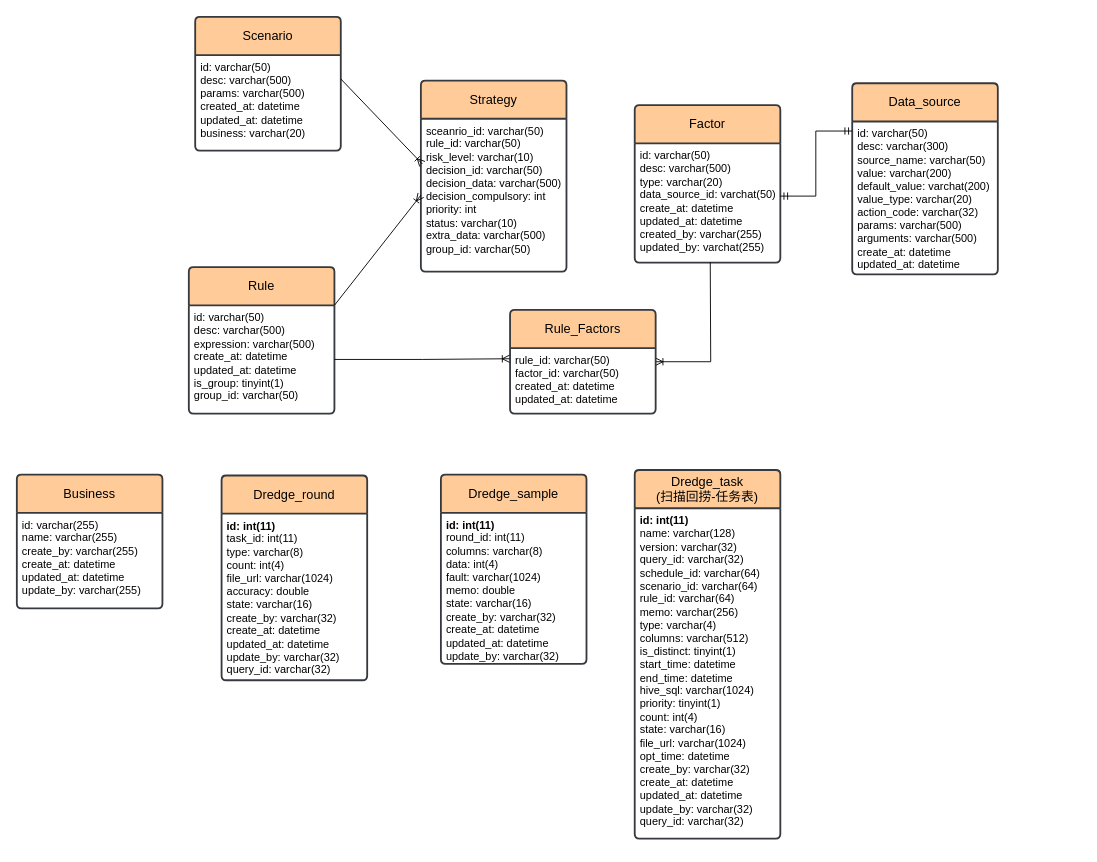
Before: pictures/hammurabi-er1.drawio in Pumpkin9841/pictures, a draw.io diagram. Source tidied: cells renumbered, new cells numbered last; positions are measured from the earlier drawing's top-left corner, leaving out a move shared by most shapes. Both pictures are drawn from the tidied source at 91%, with x=0, y=0 at pixel (16, 16).
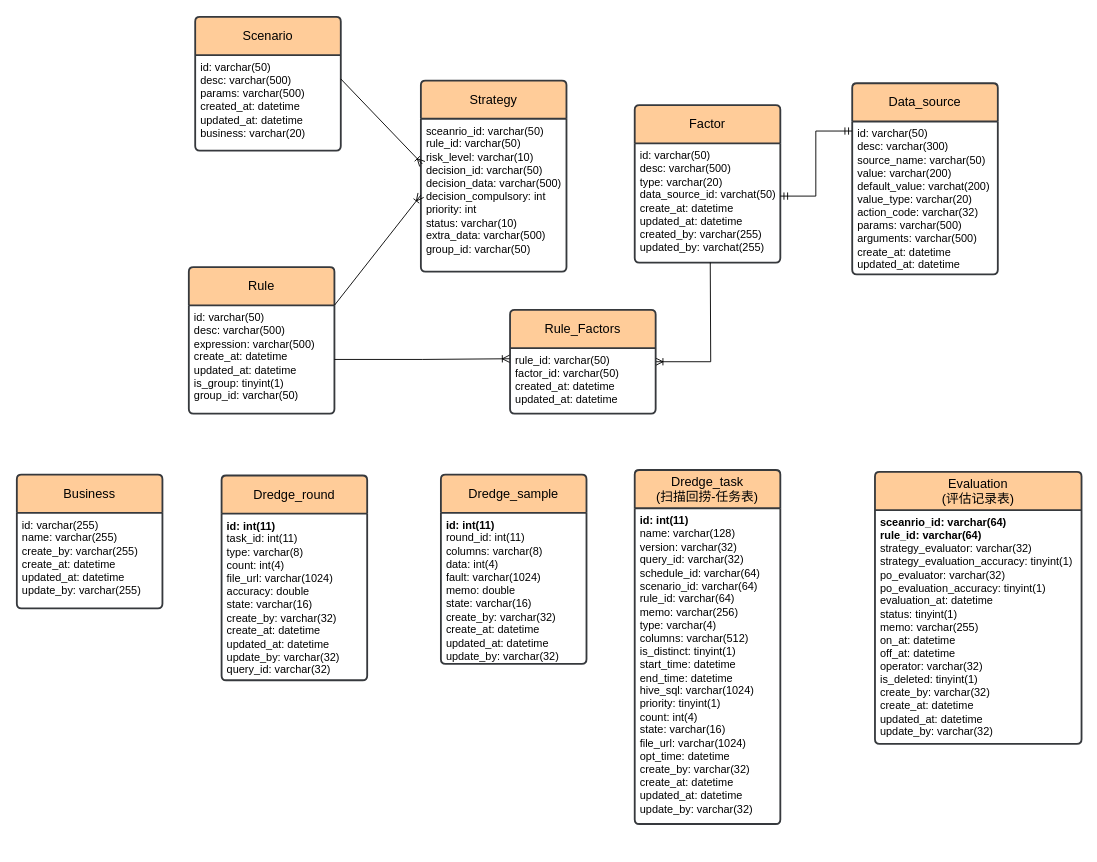
The same diagram, later.

Commit message:
添加evaluation && 修改 Dredge_task

The edit, as a diff of the source:
```diff
@@
     <mxCell id="34" value="Dredge_task&lt;br&gt;(扫描回捞-任务表)" style="swimlane;horizontal=1;startSize=42;rounded=1;fontSize=14;fontStyle=0;strokeWidth=2;shadow=0;dashed=0;align=center;arcSize=4;whiteSpace=wrap;html=1;fillColor=#ffcc99;strokeColor=#36393d;" parent="1" vertex="1">
-      <mxGeometry x="679" y="498" width="160" height="405" as="geometry" />
+      <mxGeometry x="679" y="498" width="160" height="389" as="geometry" />
     </mxCell>
-    <mxCell id="35" value="&lt;b&gt;id: int(11)&lt;br&gt;&lt;/b&gt;name: varchar(128)&lt;br&gt;version: varchar(32)&lt;br&gt;query_id: varchar(32)&lt;br&gt;schedule_id: varchar(64)&lt;br&gt;scenario_id: varchar(64)&lt;br&gt;rule_id: varchar(64)&lt;br&gt;memo: varchar(256)&lt;br&gt;type: varchar(4)&lt;br&gt;columns: varchar(512)&lt;br&gt;is_distinct: tinyint(1)&lt;br&gt;start_time: datetime&lt;br&gt;end_time: datetime&lt;br&gt;hive_sql: varchar(1024)&lt;br&gt;priority: tinyint(1)&lt;br&gt;count: int(4)&lt;br&gt;state: varchar(16)&lt;br&gt;file_url: varchar(1024)&lt;br&gt;opt_time: datetime&lt;br&gt;create_by: varchar(32)&lt;br style=&quot;border-color: var(--border-color);&quot;&gt;create_at: datetime&lt;br style=&quot;border-color: var(--border-color);&quot;&gt;updated_at: datetime&lt;br style=&quot;border-color: var(--border-color);&quot;&gt;update_by: varchar(32)&lt;br&gt;query_id: varchar(32)" style="align=left;strokeColor=none;fillColor=none;spacingLeft=4;fontSize=12;verticalAlign=top;html=1;" parent="34" vertex="1">
-      <mxGeometry y="42" width="160" height="363" as="geometry" />
+    <mxCell id="35" value="&lt;b&gt;id: int(11)&lt;br&gt;&lt;/b&gt;name: varchar(128)&lt;br&gt;version: varchar(32)&lt;br&gt;query_id: varchar(32)&lt;br&gt;schedule_id: varchar(64)&lt;br&gt;scenario_id: varchar(64)&lt;br&gt;rule_id: varchar(64)&lt;br&gt;memo: varchar(256)&lt;br&gt;type: varchar(4)&lt;br&gt;columns: varchar(512)&lt;br&gt;is_distinct: tinyint(1)&lt;br&gt;start_time: datetime&lt;br&gt;end_time: datetime&lt;br&gt;hive_sql: varchar(1024)&lt;br&gt;priority: tinyint(1)&lt;br&gt;count: int(4)&lt;br&gt;state: varchar(16)&lt;br&gt;file_url: varchar(1024)&lt;br&gt;opt_time: datetime&lt;br&gt;create_by: varchar(32)&lt;br style=&quot;border-color: var(--border-color);&quot;&gt;create_at: datetime&lt;br style=&quot;border-color: var(--border-color);&quot;&gt;updated_at: datetime&lt;br style=&quot;border-color: var(--border-color);&quot;&gt;update_by: varchar(32)" style="align=left;strokeColor=none;fillColor=none;spacingLeft=4;fontSize=12;verticalAlign=top;html=1;" parent="34" vertex="1">
+      <mxGeometry y="42" width="160" height="347" as="geometry" />
     </mxCell>
@@
+    <mxCell id="37" value="Evaluation&lt;br&gt;(评估记录表)" style="swimlane;horizontal=1;startSize=42;rounded=1;fontSize=14;fontStyle=0;strokeWidth=2;shadow=0;dashed=0;align=center;arcSize=4;whiteSpace=wrap;html=1;fillColor=#ffcc99;strokeColor=#36393d;" parent="1" vertex="1">
+      <mxGeometry x="943" y="500" width="227" height="299" as="geometry" />
+    </mxCell>
+    <mxCell id="38" value="&lt;b&gt;sceanrio_id: varchar(64)&lt;br&gt;rule_id: varchar(64)&lt;br&gt;&lt;/b&gt;strategy_evaluator: varchar(32)&lt;br&gt;strategy_evaluation_accuracy: tinyint(1)&lt;br&gt;po_evaluator: varchar(32)&lt;br&gt;po_evaluation_accuracy: tinyint(1)&lt;br&gt;evaluation_at: datetime&lt;br&gt;status: tinyint(1)&lt;br&gt;memo: varchar(255)&lt;br&gt;on_at: datetime&lt;br&gt;off_at: datetime&lt;br&gt;operator: varchar(32)&lt;br&gt;is_deleted: tinyint(1)&lt;br&gt;create_by: varchar(32)&lt;br style=&quot;border-color: var(--border-color);&quot;&gt;create_at: datetime&lt;br style=&quot;border-color: var(--border-color);&quot;&gt;updated_at: datetime&lt;br style=&quot;border-color: var(--border-color);&quot;&gt;update_by: varchar(32)" style="align=left;strokeColor=none;fillColor=none;spacingLeft=4;fontSize=12;verticalAlign=top;html=1;" parent="37" vertex="1">
+      <mxGeometry y="42" width="227" height="257" as="geometry" />
+    </mxCell>
+    <mxCell id="39" style="edgeStyle=orthogonalEdgeStyle;rounded=0;orthogonalLoop=1;jettySize=auto;html=1;exitX=0.5;exitY=1;exitDx=0;exitDy=0;" parent="37" edge="1" source="38" target="38">
+      <mxGeometry relative="1" as="geometry" />
+    </mxCell>
```
